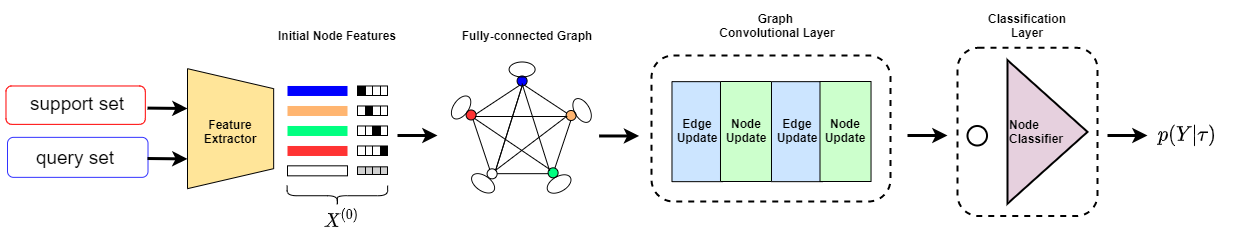
BingJiaChen/few-shot-indoor-localization keeps this draw.io diagram as img/few-shot.png. Above is the earlier version. Source tidied: cells renumbered, new cells last; positions are measured from the earlier drawing's top-left corner, leaving out a move shared by most shapes.
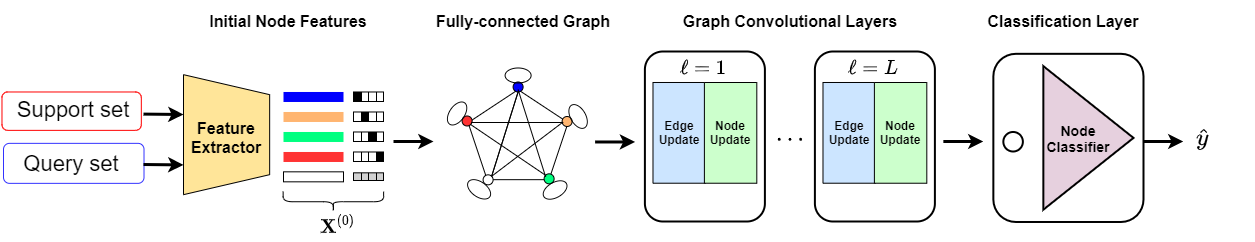
Later version of the same file.

Diff of the diagram source:
```diff
@@ -2,8 +2,8 @@
   <root>
     <mxCell id="0" />
     <mxCell id="1" parent="0" />
-    <mxCell id="2" style="rounded=1;whiteSpace=wrap;html=1;strokeWidth=2;fillColor=none;dashed=1;" parent="1" vertex="1">
-      <mxGeometry x="952" y="42.3" width="140" height="168.2" as="geometry" />
+    <mxCell id="2" style="rounded=1;whiteSpace=wrap;html=1;strokeWidth=2;fillColor=none;" parent="1" vertex="1">
+      <mxGeometry x="991.9" y="42.3" width="150.2" height="168.2" as="geometry" />
     </mxCell>
     <mxCell id="3" style="group;" parent="1" vertex="1">
       <mxGeometry x="0.5" y="80.5" width="142" height="91.4" as="geometry" />
@@ -14,10 +14,10 @@
     <mxCell id="5" style="rounded=1;whiteSpace=wrap;html=1;rotation=90;fillColor=none;strokeColor=#FF0000;" parent="3" vertex="1">
       <mxGeometry x="50.5" y="-50.5" width="38.4" height="139.3" as="geometry" />
     </mxCell>
-    <mxCell id="6" value="support set" style="text;html=1;strokeColor=none;fillColor=none;align=center;verticalAlign=middle;whiteSpace=wrap;rounded=0;fontSize=19;" parent="3" vertex="1">
+    <mxCell id="6" value="Support set" style="text;html=1;strokeColor=none;fillColor=none;align=center;verticalAlign=middle;whiteSpace=wrap;rounded=0;fontSize=22;" parent="3" vertex="1">
       <mxGeometry x="1.5" y="7.1" width="140" height="20" as="geometry" />
     </mxCell>
-    <mxCell id="7" value="query set" style="text;html=1;strokeColor=none;fillColor=none;align=center;verticalAlign=middle;whiteSpace=wrap;rounded=0;fontSize=19;fontColor=none;" parent="3" vertex="1">
+    <mxCell id="7" value="Query set" style="text;html=1;strokeColor=none;fillColor=none;align=center;verticalAlign=middle;whiteSpace=wrap;rounded=0;fontSize=22;fontColor=none;" parent="3" vertex="1">
       <mxGeometry x="14.7" y="61.4" width="110" height="20" as="geometry" />
     </mxCell>
     <mxCell id="8" style="group;fillColor=#ffffff;" parent="1" vertex="1">
@@ -26,7 +26,7 @@
     <mxCell id="9" style="shape=trapezoid;perimeter=trapezoidPerimeter;whiteSpace=wrap;html=1;fixedSize=1;rotation=90;fillColor=#FFE599;" parent="8" vertex="1">
       <mxGeometry x="-16.9" y="16.9" width="120" height="86.2" as="geometry" />
     </mxCell>
-    <mxCell id="10" value="Feature&lt;br&gt;Extractor" style="text;html=1;strokeColor=none;fillColor=none;align=center;verticalAlign=middle;whiteSpace=wrap;rounded=0;fontStyle=1;" parent="8" vertex="1">
+    <mxCell id="10" value="Feature&lt;br style=&quot;font-size: 16px;&quot;&gt;Extractor" style="text;html=1;strokeColor=none;fillColor=none;align=center;verticalAlign=middle;whiteSpace=wrap;rounded=0;fontStyle=1;fontSize=16;" parent="8" vertex="1">
       <mxGeometry x="3.1" y="52.6" width="80" height="20" as="geometry" />
     </mxCell>
     <mxCell id="11" style="rounded=0;whiteSpace=wrap;html=1;fillColor=#0000FF;strokeColor=none;" parent="1" vertex="1">
@@ -154,7 +154,7 @@
     <mxCell id="49" style="shape=curlyBracket;whiteSpace=wrap;html=1;rounded=1;strokeColor=#000000;strokeWidth=1;fillColor=#000000;gradientColor=none;rotation=-90;" parent="1" vertex="1">
       <mxGeometry x="321.8" y="140" width="20.2" height="100.5" as="geometry" />
     </mxCell>
-    <mxCell id="50" value="$$X^{(0)}$$" style="text;html=1;strokeColor=none;fillColor=none;align=center;verticalAlign=middle;whiteSpace=wrap;rounded=0;fontSize=16;fontStyle=1;" parent="1" vertex="1">
+    <mxCell id="50" value="$$\mathbf{X}^{(0)}$$" style="text;html=1;strokeColor=none;fillColor=none;align=center;verticalAlign=middle;whiteSpace=wrap;rounded=0;fontSize=16;fontStyle=1;" parent="1" vertex="1">
       <mxGeometry x="312" y="198.2" width="50" height="30" as="geometry" />
     </mxCell>
     <mxCell id="51" style="endArrow=classic;html=1;strokeWidth=3;" parent="1" edge="1">
@@ -232,77 +232,95 @@
     <mxCell id="70" style="ellipse;whiteSpace=wrap;html=1;fillColor=none;rotation=-55;" parent="52" vertex="1">
       <mxGeometry x="0.6" y="38" width="26" height="15" as="geometry" />
     </mxCell>
-    <mxCell id="71" style="group;fillColor=#ffffff;" parent="1" vertex="1">
-      <mxGeometry x="666.5" y="76.2" width="51" height="100" as="geometry" />
-    </mxCell>
-    <mxCell id="72" style="rounded=0;whiteSpace=wrap;html=1;rotation=90;fillColor=#CCE5FF;" parent="71" vertex="1">
-      <mxGeometry x="-24.5" y="24.5" width="100" height="51" as="geometry" />
-    </mxCell>
-    <mxCell id="73" value="Edge&lt;br&gt;Update" style="text;html=1;strokeColor=none;fillColor=none;align=center;verticalAlign=middle;whiteSpace=wrap;rounded=0;fontStyle=1;" parent="71" vertex="1">
-      <mxGeometry x="5.5" y="39.3" width="40" height="20" as="geometry" />
-    </mxCell>
-    <mxCell id="74" style="group;" parent="1" vertex="1">
-      <mxGeometry x="715" y="76" width="200" height="120" as="geometry" />
-    </mxCell>
-    <mxCell id="75" style="rounded=0;whiteSpace=wrap;html=1;rotation=90;fillColor=#CCFFCC;" parent="74" vertex="1">
-      <mxGeometry x="-24.5" y="24.5" width="100" height="51" as="geometry" />
-    </mxCell>
-    <mxCell id="76" value="Node&lt;br&gt;Update" style="text;html=1;strokeColor=none;fillColor=none;align=center;verticalAlign=middle;whiteSpace=wrap;rounded=0;fontStyle=1;" parent="74" vertex="1">
-      <mxGeometry x="5.5" y="39.3" width="40" height="20" as="geometry" />
-    </mxCell>
-    <mxCell id="77" style="rounded=1;whiteSpace=wrap;html=1;fillColor=none;dashed=1;strokeWidth=2;" parent="74" vertex="1">
-      <mxGeometry x="-69" y="-26" width="239" height="146" as="geometry" />
-    </mxCell>
-    <mxCell id="78" style="group;fillColor=#ffffff;" parent="1" vertex="1">
-      <mxGeometry x="766" y="76.2" width="51" height="100" as="geometry" />
-    </mxCell>
-    <mxCell id="79" style="rounded=0;whiteSpace=wrap;html=1;rotation=90;fillColor=#CCE5FF;" parent="78" vertex="1">
-      <mxGeometry x="-24.5" y="24.5" width="100" height="51" as="geometry" />
-    </mxCell>
-    <mxCell id="80" value="Edge&lt;br&gt;Update" style="text;html=1;strokeColor=none;fillColor=none;align=center;verticalAlign=middle;whiteSpace=wrap;rounded=0;fontStyle=1;" parent="78" vertex="1">
-      <mxGeometry x="5.5" y="39.3" width="40" height="20" as="geometry" />
-    </mxCell>
-    <mxCell id="81" style="group;" parent="1" vertex="1">
-      <mxGeometry x="814.5" y="76" width="51" height="100" as="geometry" />
-    </mxCell>
-    <mxCell id="82" style="rounded=0;whiteSpace=wrap;html=1;rotation=90;fillColor=#CCFFCC;" parent="81" vertex="1">
-      <mxGeometry x="-24.5" y="24.5" width="100" height="51" as="geometry" />
-    </mxCell>
-    <mxCell id="83" value="Node&lt;br&gt;Update" style="text;html=1;strokeColor=none;fillColor=none;align=center;verticalAlign=middle;whiteSpace=wrap;rounded=0;fontStyle=1;" parent="81" vertex="1">
-      <mxGeometry x="5.5" y="39.3" width="40" height="20" as="geometry" />
-    </mxCell>
-    <mxCell id="84" value="Graph&amp;nbsp;&lt;br&gt;Convolutional Layer" style="text;html=1;strokeColor=none;fillColor=none;align=center;verticalAlign=middle;whiteSpace=wrap;rounded=0;dashed=1;fontStyle=1;" parent="1" vertex="1">
-      <mxGeometry x="702" width="140" height="40" as="geometry" />
+    <mxCell id="84" value="Graph&amp;nbsp;Convolutional Layers" style="text;html=1;strokeColor=none;fillColor=none;align=center;verticalAlign=middle;whiteSpace=wrap;rounded=0;dashed=1;fontStyle=1;fontSize=16;" parent="1" vertex="1">
+      <mxGeometry x="664" y="-10" width="250" height="40" as="geometry" />
     </mxCell>
     <mxCell id="85" style="endArrow=classic;html=1;strokeWidth=3;" parent="1" edge="1">
       <mxGeometry relative="1" as="geometry">
-        <mxPoint x="902" y="130" as="sourcePoint" />
-        <mxPoint x="942" y="130" as="targetPoint" />
+        <mxPoint x="941.9" y="130" as="sourcePoint" />
+        <mxPoint x="981.9" y="130" as="targetPoint" />
       </mxGeometry>
     </mxCell>
     <mxCell id="86" style="ellipse;whiteSpace=wrap;html=1;strokeWidth=2;fillColor=#FFFFFF;" parent="1" vertex="1">
-      <mxGeometry x="962" y="120.5" width="19.5" height="19.5" as="geometry" />
+      <mxGeometry x="1001.9" y="120.5" width="19.5" height="19.5" as="geometry" />
     </mxCell>
-    <mxCell id="87" value="&lt;b&gt;Node&lt;br&gt;Classifier&lt;/b&gt;" style="triangle;whiteSpace=wrap;html=1;strokeWidth=2;align=left;fillColor=#E6D0DE;" parent="1" vertex="1">
-      <mxGeometry x="1002" y="54.6" width="80" height="143.5" as="geometry" />
+    <mxCell id="87" style="triangle;whiteSpace=wrap;html=1;strokeWidth=2;align=center;fillColor=#E6D0DE;fontSize=14;" parent="1" vertex="1">
+      <mxGeometry x="1041.8" y="54.7" width="90.2" height="143.5" as="geometry" />
     </mxCell>
-    <mxCell id="88" value="Classification&lt;br&gt;Layer" style="text;html=1;strokeColor=none;fillColor=none;align=center;verticalAlign=middle;whiteSpace=wrap;rounded=0;dashed=1;fontStyle=1;" parent="1" vertex="1">
-      <mxGeometry x="952" width="140" height="40" as="geometry" />
+    <mxCell id="88" value="Classification Layer" style="text;html=1;strokeColor=none;fillColor=none;align=center;verticalAlign=middle;whiteSpace=wrap;rounded=0;dashed=1;fontStyle=1;fontSize=16;" parent="1" vertex="1">
+      <mxGeometry x="971.9" y="-10" width="180" height="40" as="geometry" />
     </mxCell>
     <mxCell id="89" style="endArrow=classic;html=1;strokeWidth=3;" parent="1" edge="1">
       <mxGeometry relative="1" as="geometry">
-        <mxPoint x="1102" y="130" as="sourcePoint" />
-        <mxPoint x="1142" y="130" as="targetPoint" />
+        <mxPoint x="1141.8" y="130" as="sourcePoint" />
+        <mxPoint x="1181.8" y="130" as="targetPoint" />
       </mxGeometry>
     </mxCell>
-    <mxCell id="90" value="$$p(Y|\tau)$$" style="text;html=1;strokeColor=none;fillColor=none;align=center;verticalAlign=middle;whiteSpace=wrap;rounded=0;fontSize=17;" parent="1" vertex="1">
-      <mxGeometry x="1132" y="110.5" width="100" height="40" as="geometry" />
+    <mxCell id="90" value="$$\hat{y}$$" style="text;html=1;strokeColor=none;fillColor=none;align=center;verticalAlign=middle;whiteSpace=wrap;rounded=0;fontSize=20;" parent="1" vertex="1">
+      <mxGeometry x="1151.8" y="107.4" width="100" height="40" as="geometry" />
     </mxCell>
-    <mxCell id="91" value="Fully-connected Graph" style="text;html=1;strokeColor=none;fillColor=none;align=center;verticalAlign=middle;whiteSpace=wrap;rounded=0;dashed=1;fontStyle=1;" parent="1" vertex="1">
-      <mxGeometry x="452" y="10" width="140" height="40" as="geometry" />
+    <mxCell id="91" value="Fully-connected Graph" style="text;html=1;strokeColor=none;fillColor=none;align=center;verticalAlign=middle;whiteSpace=wrap;rounded=0;dashed=1;fontStyle=1;fontSize=16;" parent="1" vertex="1">
+      <mxGeometry x="432" y="-10" width="180" height="40" as="geometry" />
     </mxCell>
-    <mxCell id="92" value="Initial Node Features" style="text;html=1;strokeColor=none;fillColor=none;align=center;verticalAlign=middle;whiteSpace=wrap;rounded=0;dashed=1;fontStyle=1;" parent="1" vertex="1">
-      <mxGeometry x="261.9" y="10" width="140" height="40" as="geometry" />
+    <mxCell id="92" value="Initial Node Features" style="text;html=1;strokeColor=none;fillColor=none;align=center;verticalAlign=middle;whiteSpace=wrap;rounded=0;dashed=1;fontStyle=1;fontSize=16;" parent="1" vertex="1">
+      <mxGeometry x="202" y="-10" width="170.1" height="40" as="geometry" />
     </mxCell>
+    <mxCell id="93" style="group;" parent="1" vertex="1">
+      <mxGeometry x="822" y="70" width="119.9" height="140" as="geometry" />
+    </mxCell>
+    <mxCell id="94" style="group;fillColor=#ffffff;" parent="93" vertex="1">
+      <mxGeometry width="51.4" height="102.7" as="geometry" />
+    </mxCell>
+    <mxCell id="95" style="rounded=0;whiteSpace=wrap;html=1;rotation=90;fillColor=#CCE5FF;" parent="94" vertex="1">
+      <mxGeometry x="-24.7" y="25.2" width="100.7" height="52.4" as="geometry" />
+    </mxCell>
+    <mxCell id="73" value="Edge&lt;br&gt;Update" style="text;html=1;strokeColor=none;fillColor=none;align=center;verticalAlign=middle;whiteSpace=wrap;rounded=0;fontStyle=1;" parent="94" vertex="1">
+      <mxGeometry x="5.6" y="40.4" width="40.3" height="20.5" as="geometry" />
+    </mxCell>
+    <mxCell id="96" style="group;" parent="93" vertex="1">
+      <mxGeometry x="51.4" width="68.4" height="140" as="geometry" />
+    </mxCell>
+    <mxCell id="97" style="rounded=0;whiteSpace=wrap;html=1;rotation=90;fillColor=#CCFFCC;" parent="96" vertex="1">
+      <mxGeometry x="-24.7" y="25.2" width="100.7" height="52.4" as="geometry" />
+    </mxCell>
+    <mxCell id="76" value="Node&lt;br&gt;Update" style="text;html=1;strokeColor=none;fillColor=none;align=center;verticalAlign=middle;whiteSpace=wrap;rounded=0;fontStyle=1;" parent="96" vertex="1">
+      <mxGeometry x="5.6" y="40.4" width="40.3" height="20.5" as="geometry" />
+    </mxCell>
+    <mxCell id="98" style="rounded=1;whiteSpace=wrap;html=1;fillColor=none;strokeWidth=2;fontSize=12;" parent="96" vertex="1">
+      <mxGeometry x="-60" y="-30" width="120" height="170" as="geometry" />
+    </mxCell>
+    <mxCell id="99" value="$$\cdots$$" style="text;html=1;strokeColor=none;fillColor=none;align=center;verticalAlign=middle;whiteSpace=wrap;rounded=0;fontSize=20;fontStyle=1;" parent="1" vertex="1">
+      <mxGeometry x="769" y="117.5" width="40" height="20" as="geometry" />
+    </mxCell>
+    <mxCell id="78" style="group;fillColor=#ffffff;" parent="1" vertex="1">
+      <mxGeometry x="652" y="70" width="51.4" height="102.7" as="geometry" />
+    </mxCell>
+    <mxCell id="79" style="rounded=0;whiteSpace=wrap;html=1;rotation=90;fillColor=#CCE5FF;" parent="78" vertex="1">
+      <mxGeometry x="-24.7" y="25.2" width="100.7" height="52.4" as="geometry" />
+    </mxCell>
+    <mxCell id="80" value="Edge&lt;br&gt;Update" style="text;html=1;strokeColor=none;fillColor=none;align=center;verticalAlign=middle;whiteSpace=wrap;rounded=0;fontStyle=1;" parent="78" vertex="1">
+      <mxGeometry x="5.6" y="40.4" width="40.3" height="20.5" as="geometry" />
+    </mxCell>
+    <mxCell id="81" style="group;" parent="1" vertex="1">
+      <mxGeometry x="703.4" y="70" width="68.4" height="140" as="geometry" />
+    </mxCell>
+    <mxCell id="82" style="rounded=0;whiteSpace=wrap;html=1;rotation=90;fillColor=#CCFFCC;" parent="81" vertex="1">
+      <mxGeometry x="-24.7" y="25.2" width="100.7" height="52.4" as="geometry" />
+    </mxCell>
+    <mxCell id="83" value="Node&lt;br&gt;Update" style="text;html=1;strokeColor=none;fillColor=none;align=center;verticalAlign=middle;whiteSpace=wrap;rounded=0;fontStyle=1;" parent="81" vertex="1">
+      <mxGeometry x="5.6" y="40.4" width="40.3" height="20.5" as="geometry" />
+    </mxCell>
+    <mxCell id="100" style="rounded=1;whiteSpace=wrap;html=1;fillColor=none;strokeWidth=2;fontSize=12;" parent="81" vertex="1">
+      <mxGeometry x="-60" y="-30" width="120" height="170" as="geometry" />
+    </mxCell>
+    <mxCell id="101" value="&lt;b&gt;Node&lt;br&gt;Classifier&lt;/b&gt;" style="text;html=1;strokeColor=none;fillColor=none;align=center;verticalAlign=middle;whiteSpace=wrap;rounded=0;fontSize=14;fontColor=#000000;" parent="1" vertex="1">
+      <mxGeometry x="1026.8" y="117.4" width="100.1" height="20" as="geometry" />
+    </mxCell>
+    <mxCell id="102" value="$$\ell=1$$" style="text;html=1;strokeColor=none;fillColor=none;align=center;verticalAlign=middle;whiteSpace=wrap;rounded=0;fontSize=17;" parent="1" vertex="1">
+      <mxGeometry x="682" y="47.2" width="40" height="20" as="geometry" />
+    </mxCell>
+    <mxCell id="103" value="$$\ell=L$$" style="text;html=1;strokeColor=none;fillColor=none;align=center;verticalAlign=middle;whiteSpace=wrap;rounded=0;fontSize=17;" parent="1" vertex="1">
+      <mxGeometry x="852" y="47.2" width="40" height="20" as="geometry" />
+    </mxCell>
   </root>
 </mxGraphModel>
```
